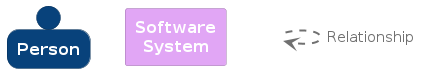
markbac/LoveAdmin-Tools keeps this PlantUML diagram as docs/Architecture/C4/diagrams/structurizr-loveadmin_tool-key.png. Above is the earlier version. The source it was exported from:
```plantuml
@startuml
set separator none

skinparam {
  shadowing false
  arrowFontSize 15
  defaultTextAlignment center
  wrapWidth 100
  maxMessageSize 100
}
hide stereotype

skinparam rectangle<<_transparent>> {
  BorderColor transparent
  BackgroundColor transparent
  FontColor transparent
}

skinparam person<<1>> {
  BackgroundColor #08427b
  FontColor #ffffff
  BorderColor #052e56
}
person "==Person" <<1>>

skinparam rectangle<<2>> {
  BackgroundColor #e1a6f5
  FontColor #ffffff
  BorderColor #9d74ab
}
rectangle "==Software System" <<2>>

rectangle "." <<_transparent>> as 3
3 .[#707070,thickness=2].> 3 : "<color:#707070>Relationship"


@enduml
```
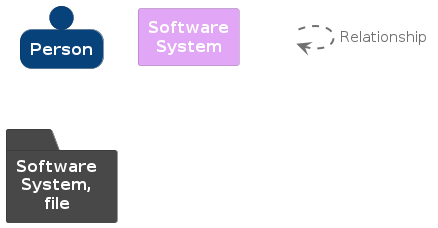
After the commit.

Commit message:
chores(C4 diagrams): Update Structurizr diagrams

Diff of the diagram source:
```diff
@@ -30,8 +30,15 @@
 }
 rectangle "==Software System" <<2>>
 
-rectangle "." <<_transparent>> as 3
-3 .[#707070,thickness=2].> 3 : "<color:#707070>Relationship"
+skinparam folder<<3>> {
+  BackgroundColor #484848
+  FontColor #ffffff
+  BorderColor #323232
+}
+folder "==Software System, file" <<3>>
+
+rectangle "." <<_transparent>> as 4
+4 .[#707070,thickness=2].> 4 : "<color:#707070>Relationship"
 
 
 @enduml
```
